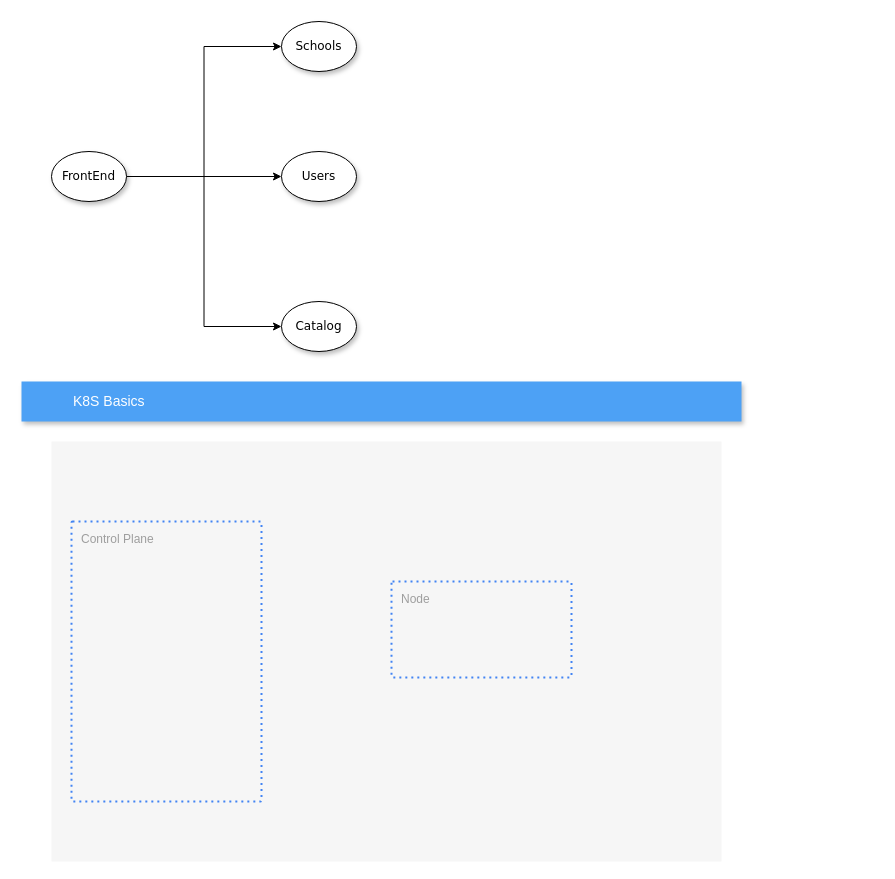
Above: Untitled Diagram.drawio in bugcy013/ckad-preparation (draw.io), before the change. Source tidied: cells renumbered, new cells numbered last; positions are measured from the earlier drawing's top-left corner, leaving out a move shared by most shapes. Both pictures are drawn from the tidied source at 100%, with x=0, y=0 at pixel (21, 21).
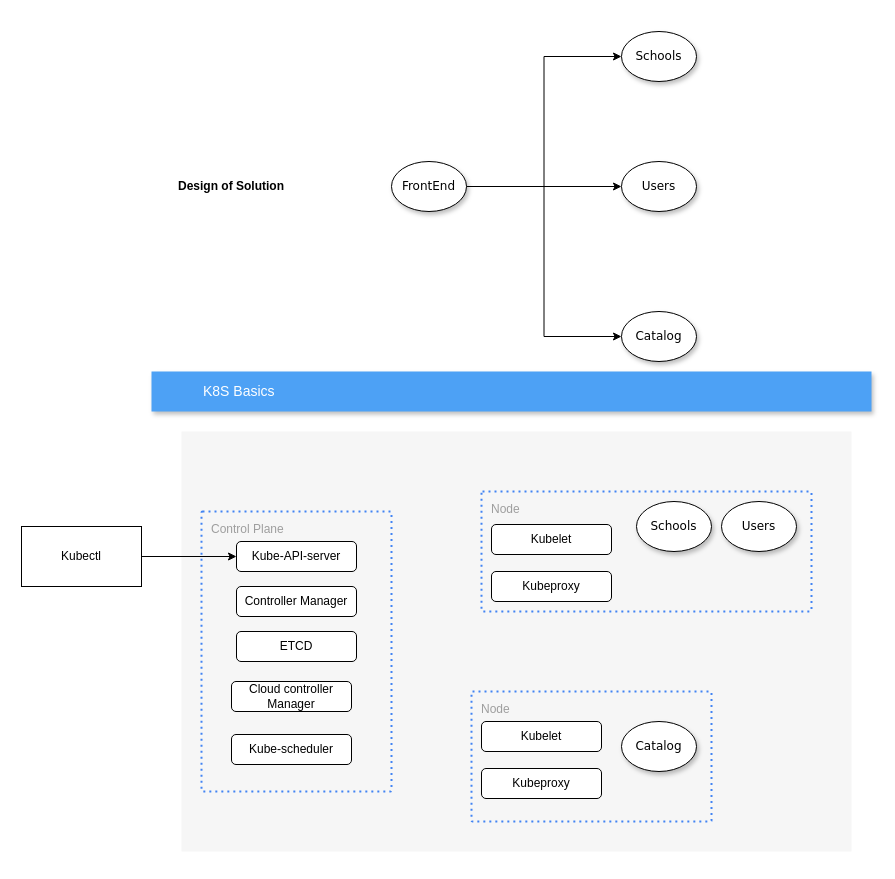
The same page after the edit.

Diff of the diagram source:
```diff
@@
     <mxCell id="2" value="&lt;span&gt;Schools&lt;/span&gt;" style="ellipse;whiteSpace=wrap;html=1;rounded=0;shadow=1;comic=0;labelBackgroundColor=none;strokeWidth=1;fontFamily=Verdana;fontSize=12;align=center;" parent="1" vertex="1">
-      <mxGeometry x="260" width="75" height="50" as="geometry" />
+      <mxGeometry x="600" y="10" width="75" height="50" as="geometry" />
     </mxCell>
     <mxCell id="3" value="&lt;span&gt;Users&lt;/span&gt;" style="ellipse;whiteSpace=wrap;html=1;rounded=0;shadow=1;comic=0;labelBackgroundColor=none;strokeWidth=1;fontFamily=Verdana;fontSize=12;align=center;" parent="1" vertex="1">
-      <mxGeometry x="260" y="130" width="75" height="50" as="geometry" />
+      <mxGeometry x="600" y="140" width="75" height="50" as="geometry" />
     </mxCell>
@@
     <mxCell id="7" value="FrontEnd" style="ellipse;whiteSpace=wrap;html=1;rounded=0;shadow=1;comic=0;labelBackgroundColor=none;strokeWidth=1;fontFamily=Verdana;fontSize=12;align=center;" parent="1" vertex="1">
-      <mxGeometry x="30" y="130" width="75" height="50" as="geometry" />
+      <mxGeometry x="370" y="140" width="75" height="50" as="geometry" />
     </mxCell>
     <mxCell id="8" value="&lt;span&gt;Catalog&lt;/span&gt;" style="ellipse;whiteSpace=wrap;html=1;rounded=0;shadow=1;comic=0;labelBackgroundColor=none;strokeWidth=1;fontFamily=Verdana;fontSize=12;align=center;" parent="1" vertex="1">
-      <mxGeometry x="260" y="280" width="75" height="50" as="geometry" />
+      <mxGeometry x="600" y="290" width="75" height="50" as="geometry" />
     </mxCell>
     <mxCell id="9" style="fillColor=#F6F6F6;strokeColor=none;shadow=0;gradientColor=none;fontSize=14;align=left;spacing=10;fontColor=#717171;9E9E9E;verticalAlign=top;spacingTop=-4;fontStyle=0;spacingLeft=40;html=1;" parent="1" vertex="1">
-      <mxGeometry x="30" y="420" width="670" height="420" as="geometry" />
+      <mxGeometry x="160" y="410" width="670" height="420" as="geometry" />
     </mxCell>
     <mxCell id="10" value="Node" style="rounded=1;absoluteArcSize=1;arcSize=2;html=1;strokeColor=#4284F3;gradientColor=none;shadow=0;dashed=1;fontSize=12;fontColor=#9E9E9E;align=left;verticalAlign=top;spacing=10;spacingTop=-4;fillColor=none;dashPattern=1 2;strokeWidth=2;" parent="1" vertex="1">
-      <mxGeometry x="370" y="560" width="180" height="96" as="geometry" />
+      <mxGeometry x="460" y="470" width="330" height="120" as="geometry" />
     </mxCell>
     <mxCell id="11" value="Control Plane" style="rounded=1;absoluteArcSize=1;arcSize=2;html=1;strokeColor=#4284F3;gradientColor=none;shadow=0;dashed=1;fontSize=12;fontColor=#9E9E9E;align=left;verticalAlign=top;spacing=10;spacingTop=-4;fillColor=none;dashPattern=1 2;strokeWidth=2;" parent="1" vertex="1">
-      <mxGeometry x="50" y="500" width="190" height="280" as="geometry" />
+      <mxGeometry x="180" y="490" width="190" height="280" as="geometry" />
     </mxCell>
     <mxCell id="12" value="K8S Basics" style="fillColor=#4DA1F5;strokeColor=none;shadow=1;gradientColor=none;fontSize=14;align=left;spacingLeft=50;fontColor=#ffffff;html=1;" parent="1" vertex="1">
-      <mxGeometry y="360" width="720" height="40" as="geometry" />
+      <mxGeometry x="130" y="350" width="720" height="40" as="geometry" />
     </mxCell>
+    <mxCell id="13" value="Design of Solution" style="text;html=1;strokeColor=none;fillColor=none;align=center;verticalAlign=middle;whiteSpace=wrap;rounded=0;fontStyle=1;" parent="1" vertex="1">
+      <mxGeometry x="150" y="140" width="120" height="50" as="geometry" />
+    </mxCell>
+    <mxCell id="14" value="Node" style="rounded=1;absoluteArcSize=1;arcSize=2;html=1;strokeColor=#4284F3;gradientColor=none;shadow=0;dashed=1;fontSize=12;fontColor=#9E9E9E;align=left;verticalAlign=top;spacing=10;spacingTop=-4;fillColor=none;dashPattern=1 2;strokeWidth=2;" parent="1" vertex="1">
+      <mxGeometry x="450" y="670" width="240" height="130" as="geometry" />
+    </mxCell>
+    <mxCell id="15" style="edgeStyle=orthogonalEdgeStyle;rounded=0;jettySize=auto;html=1;" parent="1" edge="1" source="16" target="17">
+      <mxGeometry relative="1" as="geometry" />
+    </mxCell>
+    <mxCell id="16" value="Kubectl" style="rounded=0;whiteSpace=wrap;html=1;" parent="1" vertex="1">
+      <mxGeometry y="505" width="120" height="60" as="geometry" />
+    </mxCell>
+    <mxCell id="17" value="Kube-API-server" style="rounded=1;whiteSpace=wrap;html=1;" parent="1" vertex="1">
+      <mxGeometry x="215" y="520" width="120" height="30" as="geometry" />
+    </mxCell>
+    <mxCell id="18" value="Controller Manager" style="rounded=1;whiteSpace=wrap;html=1;" parent="1" vertex="1">
+      <mxGeometry x="215" y="565" width="120" height="30" as="geometry" />
+    </mxCell>
+    <mxCell id="19" value="&lt;span&gt;Schools&lt;/span&gt;" style="ellipse;whiteSpace=wrap;html=1;rounded=0;shadow=1;comic=0;labelBackgroundColor=none;strokeWidth=1;fontFamily=Verdana;fontSize=12;align=center;" parent="1" vertex="1">
+      <mxGeometry x="615" y="480" width="75" height="50" as="geometry" />
+    </mxCell>
+    <mxCell id="20" value="&lt;span&gt;Catalog&lt;/span&gt;" style="ellipse;whiteSpace=wrap;html=1;rounded=0;shadow=1;comic=0;labelBackgroundColor=none;strokeWidth=1;fontFamily=Verdana;fontSize=12;align=center;" parent="1" vertex="1">
+      <mxGeometry x="600" y="700" width="75" height="50" as="geometry" />
+    </mxCell>
+    <mxCell id="21" value="&lt;span&gt;Users&lt;/span&gt;" style="ellipse;whiteSpace=wrap;html=1;rounded=0;shadow=1;comic=0;labelBackgroundColor=none;strokeWidth=1;fontFamily=Verdana;fontSize=12;align=center;" parent="1" vertex="1">
+      <mxGeometry x="700" y="480" width="75" height="50" as="geometry" />
+    </mxCell>
+    <mxCell id="22" value="ETCD" style="rounded=1;whiteSpace=wrap;html=1;" parent="1" vertex="1">
+      <mxGeometry x="215" y="610" width="120" height="30" as="geometry" />
+    </mxCell>
+    <mxCell id="23" value="Cloud controller Manager" style="rounded=1;whiteSpace=wrap;html=1;" parent="1" vertex="1">
+      <mxGeometry x="210" y="660" width="120" height="30" as="geometry" />
+    </mxCell>
+    <mxCell id="24" value="Kube-scheduler" style="rounded=1;whiteSpace=wrap;html=1;" parent="1" vertex="1">
+      <mxGeometry x="210" y="713" width="120" height="30" as="geometry" />
+    </mxCell>
+    <mxCell id="25" value="Kubelet" style="rounded=1;whiteSpace=wrap;html=1;" parent="1" vertex="1">
+      <mxGeometry x="470" y="503" width="120" height="30" as="geometry" />
+    </mxCell>
+    <mxCell id="26" value="Kubeproxy" style="rounded=1;whiteSpace=wrap;html=1;" parent="1" vertex="1">
+      <mxGeometry x="470" y="550" width="120" height="30" as="geometry" />
+    </mxCell>
+    <mxCell id="27" value="Kubelet" style="rounded=1;whiteSpace=wrap;html=1;" parent="1" vertex="1">
+      <mxGeometry x="460" y="700" width="120" height="30" as="geometry" />
+    </mxCell>
+    <mxCell id="28" value="Kubeproxy" style="rounded=1;whiteSpace=wrap;html=1;" parent="1" vertex="1">
+      <mxGeometry x="460" y="747" width="120" height="30" as="geometry" />
+    </mxCell>
```
